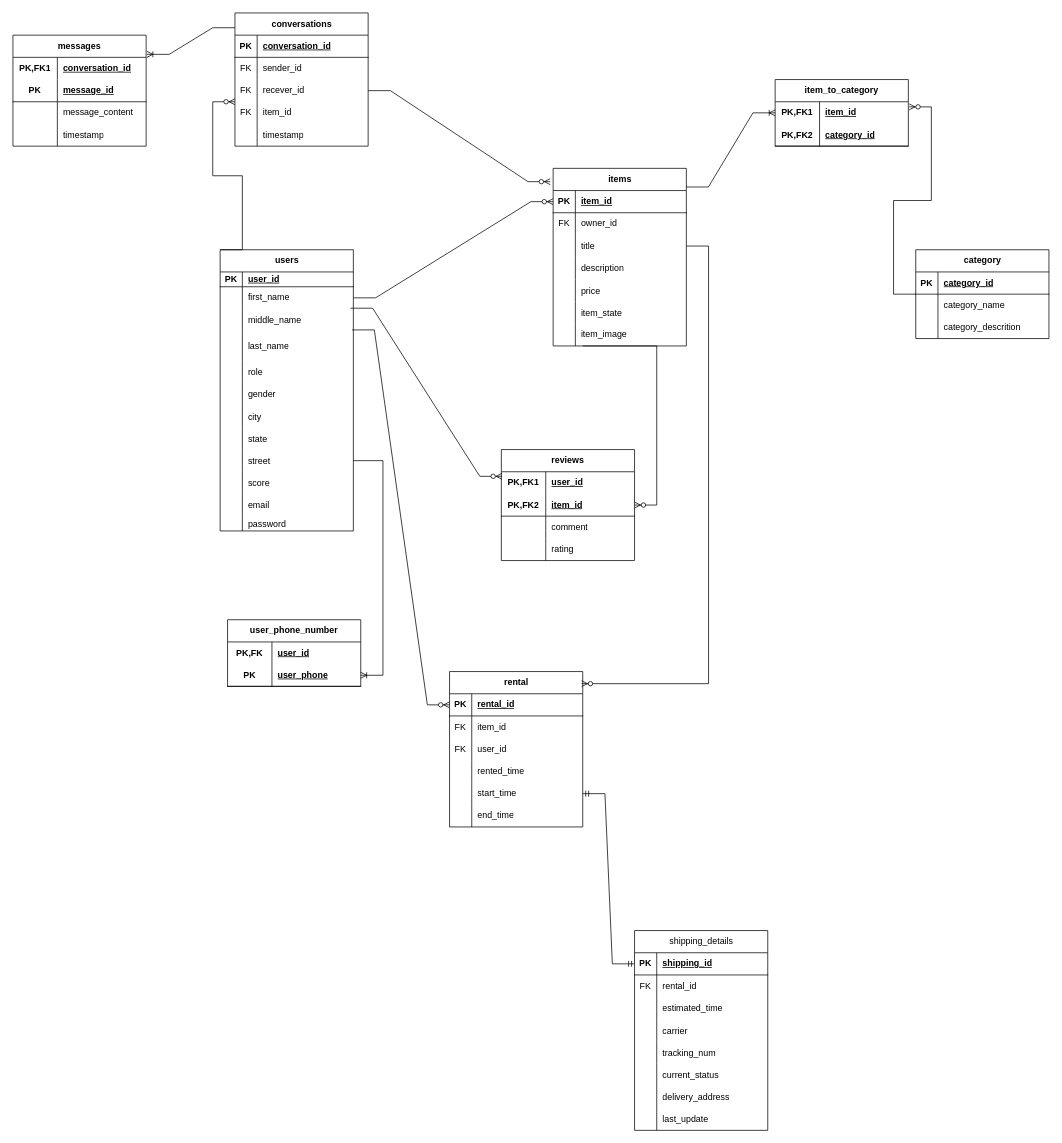
ZiadMostafaGit/graduation-project keeps this draw.io diagram as documents/relational_model.drawio. Above is the earlier version. Source tidied: cells renumbered, new cells numbered last; positions are measured from the earlier drawing's top-left corner, leaving out a move shared by most shapes. Both pictures are drawn from the tidied source at 74%, with x=0, y=0 at pixel (13, -195).
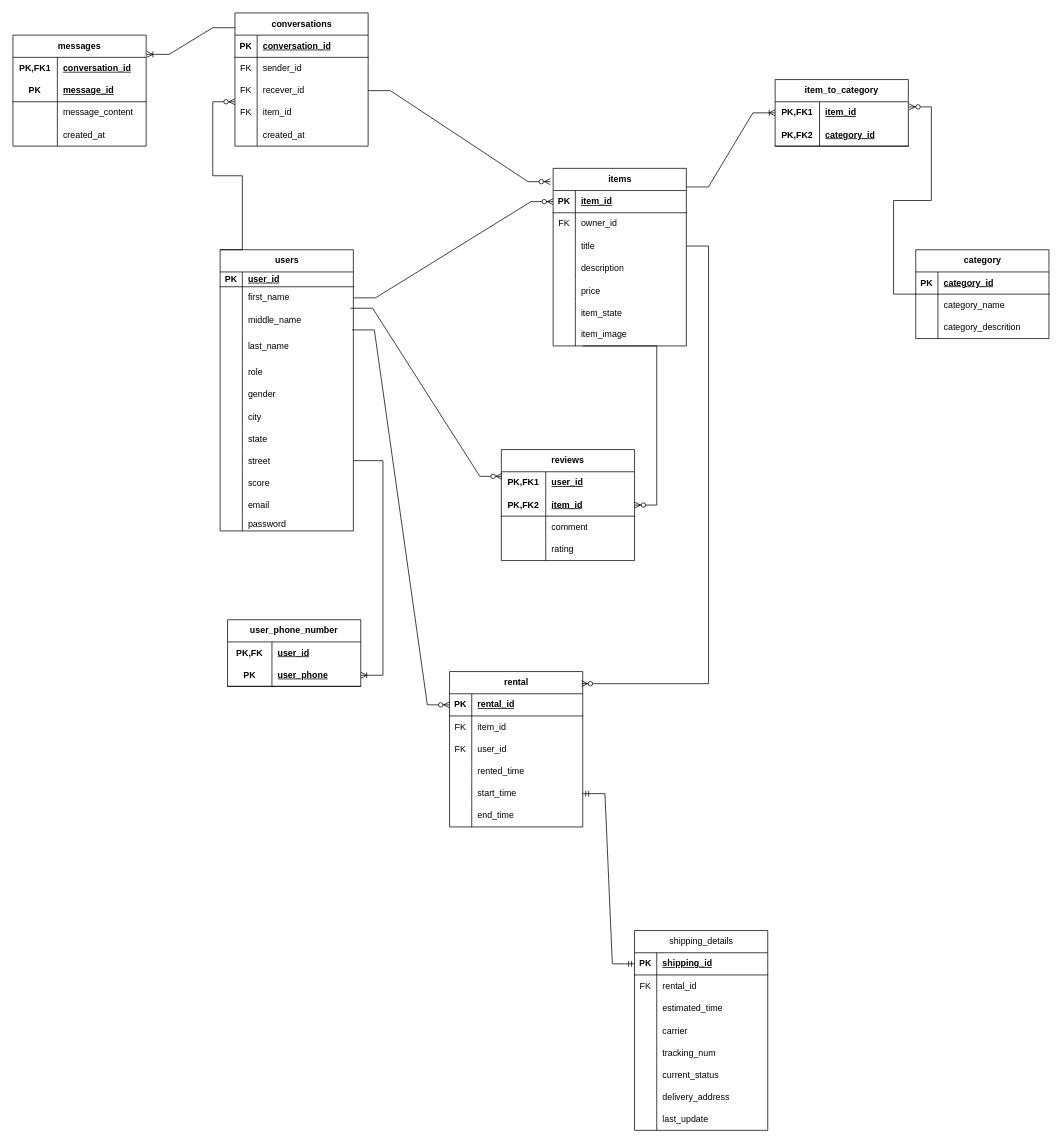
The same page after the edit.

The change refers to these unchanged cells:
```xml
<mxCell id="91" style="shape=tableRow;horizontal=0;startSize=0;swimlaneHead=0;swimlaneBody=0;fillColor=none;top=0;left=0;right=0;bottom=0;" parent="78" vertex="1">
  <mxGeometry y="150" width="180" height="30" as="geometry" />
</mxCell>
<mxCell id="129" style="shape=tableRow;horizontal=0;startSize=0;swimlaneHead=0;swimlaneBody=0;fillColor=none;top=0;left=0;right=0;bottom=0;html=1;" parent="119" vertex="1">
  <mxGeometry y="120" width="180" height="30" as="geometry" />
</mxCell>
```

Diff of the diagram source:
```diff
@@
-    <mxCell id="93" value="timestamp" style="shape=partialRectangle;fillColor=none;top=0;left=0;bottom=0;right=0;align=left;spacingLeft=6;overflow=hidden;whiteSpace=wrap;html=1;" parent="91" vertex="1">
+    <mxCell id="93" value="created_at" style="shape=partialRectangle;fillColor=none;top=0;left=0;bottom=0;right=0;align=left;spacingLeft=6;overflow=hidden;whiteSpace=wrap;html=1;" parent="91" vertex="1">
       <mxGeometry x="30" width="150" height="30" as="geometry" />
     </mxCell>
@@
-    <mxCell id="131" value="timestamp" style="shape=partialRectangle;fillColor=none;top=0;left=0;bottom=0;right=0;align=left;spacingLeft=6;overflow=hidden;html=1;whiteSpace=wrap;" parent="129" vertex="1">
+    <mxCell id="131" value="created_at" style="shape=partialRectangle;fillColor=none;top=0;left=0;bottom=0;right=0;align=left;spacingLeft=6;overflow=hidden;html=1;whiteSpace=wrap;" parent="129" vertex="1">
       <mxGeometry x="60" width="120" height="30" as="geometry" />
     </mxCell>
```
